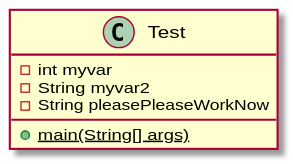
andrewdimmer/csi-3370-software-project-config-test keeps this PlantUML diagram as docs/uml/test.svg. Above is the earlier version.
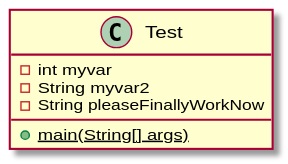
The same file after the commit.

Diff of the diagram source:
```diff
@@ -3,7 +3,7 @@
 class Test {
     - int myvar
     - String myvar2
-    - String pleasePleaseWorkNow
+    - String pleaseFinallyWorkNow
     {static} + main(String[] args)
 }
 
```
